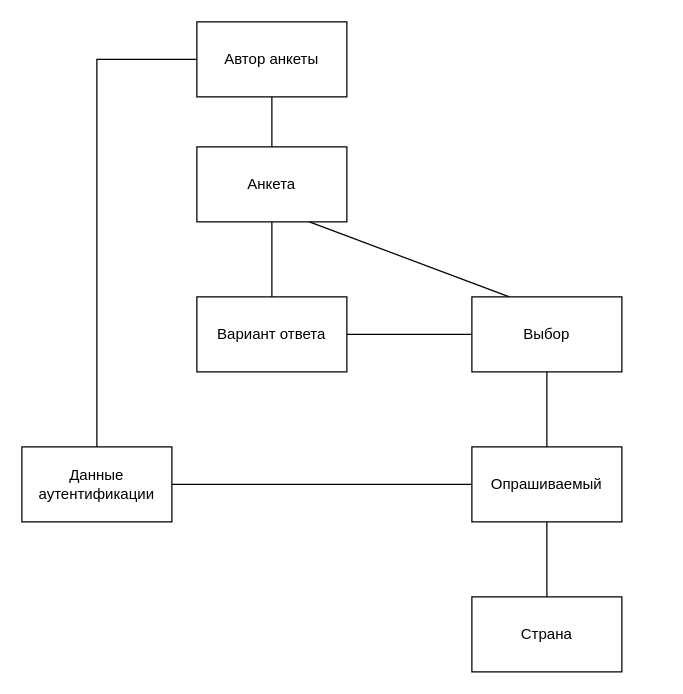
PavelPutin/QuestionnaireSystem keeps this draw.io diagram as src/main/resources/static/diagrams/Концептуальная модель.drawio. Above is the earlier version. Source tidied: cells renumbered, new cells numbered last; positions are measured from the earlier drawing's top-left corner, leaving out a move shared by most shapes. Both pictures are drawn from the tidied source at 125%, with x=0, y=0 at pixel (21, 21).
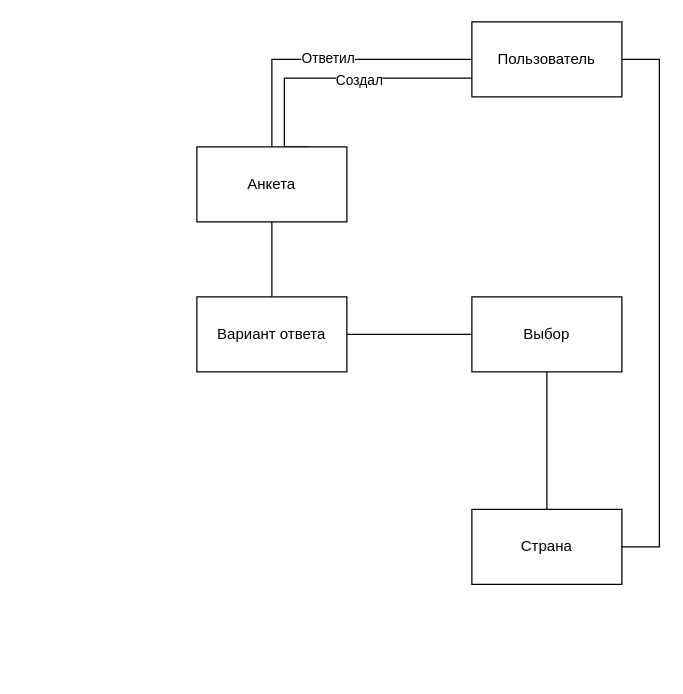
Above is the later version.

Diff of the diagram source:
```diff
@@
 <mxGraphModel>
   <root>
     <mxCell id="0" />
     <mxCell id="1" parent="0" />
-    <mxCell id="2" value="Автор анкеты" style="rounded=0;whiteSpace=wrap;html=1;" parent="1" vertex="1">
-      <mxGeometry x="140" width="120" height="60" as="geometry" />
-    </mxCell>
+    <mxCell id="17" value="Пользователь" style="rounded=0;whiteSpace=wrap;html=1;" parent="1" vertex="1">
+      <mxGeometry x="360" width="120" height="60" as="geometry" />
+    </mxCell>
+    <mxCell id="18" style="edgeStyle=elbowEdgeStyle;rounded=0;jettySize=auto;html=1;exitX=0.75;exitY=0;exitDx=0;exitDy=0;entryX=0;entryY=0.75;entryDx=0;entryDy=0;endArrow=none;endFill=0;" parent="1" edge="1" source="3" target="17">
+      <mxGeometry relative="1" as="geometry">
+        <Array as="points">
+          <mxPoint x="210" y="45" />
+        </Array>
+      </mxGeometry>
+    </mxCell>
+    <mxCell id="19" value="Создал" style="edgeLabel;html=1;align=center;verticalAlign=middle;" parent="18" vertex="1">
+      <mxGeometry x="0.19" y="-1" relative="1" as="geometry" />
+    </mxCell>
     <mxCell id="3" value="Анкета" style="rounded=0;whiteSpace=wrap;html=1;" parent="1" vertex="1">
       <mxGeometry x="140" y="100" width="120" height="60" as="geometry" />
     </mxCell>
-    <mxCell id="4" style="edgeStyle=orthogonalEdgeStyle;rounded=0;jettySize=auto;html=1;exitX=0.5;exitY=1;exitDx=0;exitDy=0;entryX=0.5;entryY=0;entryDx=0;entryDy=0;endArrow=none;endFill=0;" parent="1" edge="1" source="5" target="13">
-      <mxGeometry relative="1" as="geometry" />
-    </mxCell>
-    <mxCell id="5" value="Опрашиваемый" style="rounded=0;whiteSpace=wrap;html=1;" parent="1" vertex="1">
-      <mxGeometry x="360" y="340" width="120" height="60" as="geometry" />
-    </mxCell>
-    <mxCell id="6" style="endArrow=none;html=1;rounded=0;entryX=0.5;entryY=1;entryDx=0;entryDy=0;" parent="1" edge="1" source="3" target="2">
-      <mxGeometry relative="1" as="geometry" />
-    </mxCell>
-    <mxCell id="7" style="endArrow=none;html=1;rounded=0;entryX=0.75;entryY=1;entryDx=0;entryDy=0;exitX=0.25;exitY=0;exitDx=0;exitDy=0;" parent="1" edge="1" source="9" target="3">
-      <mxGeometry relative="1" as="geometry" />
-    </mxCell>
-    <mxCell id="8" style="endArrow=none;html=1;rounded=0;exitX=0.5;exitY=0;exitDx=0;exitDy=0;entryX=0.5;entryY=1;entryDx=0;entryDy=0;" parent="1" edge="1" source="5" target="9">
-      <mxGeometry relative="1" as="geometry" />
-    </mxCell>
+    <mxCell id="20" style="edgeStyle=orthogonalEdgeStyle;rounded=0;jettySize=auto;html=1;endArrow=none;endFill=0;" parent="1" edge="1" source="17" target="13">
+      <mxGeometry relative="1" as="geometry">
+        <Array as="points">
+          <mxPoint x="510" y="30" />
+          <mxPoint x="510" y="420" />
+        </Array>
+      </mxGeometry>
+    </mxCell>
+    <mxCell id="21" style="endArrow=none;html=1;rounded=0;edgeStyle=orthogonalEdgeStyle;" parent="1" edge="1" source="3" target="17">
+      <mxGeometry relative="1" as="geometry">
+        <Array as="points">
+          <mxPoint x="200" y="30" />
+        </Array>
+      </mxGeometry>
+    </mxCell>
+    <mxCell id="22" value="Ответил" style="edgeLabel;html=1;align=center;verticalAlign=middle;" parent="21" vertex="1">
+      <mxGeometry x="-0.01" y="2" relative="1" as="geometry" />
+    </mxCell>
+    <mxCell id="23" style="endArrow=none;html=1;rounded=0;edgeStyle=orthogonalEdgeStyle;" parent="1" edge="1" source="13" target="9">
+      <mxGeometry relative="1" as="geometry" />
+    </mxCell>
     <mxCell id="9" value="Выбор" style="rounded=0;whiteSpace=wrap;html=1;" parent="1" vertex="1">
       <mxGeometry x="360" y="220" width="120" height="60" as="geometry" />
     </mxCell>
     <mxCell id="10" style="rounded=0;jettySize=auto;html=1;exitX=0.5;exitY=0;exitDx=0;exitDy=0;endArrow=none;endFill=0;entryX=0.5;entryY=1;entryDx=0;entryDy=0;" parent="1" edge="1" source="12" target="3">
       <mxGeometry relative="1" as="geometry" />
     </mxCell>
     <mxCell id="11" style="edgeStyle=orthogonalEdgeStyle;rounded=0;jettySize=auto;html=1;exitX=1;exitY=0.5;exitDx=0;exitDy=0;entryX=0;entryY=0.5;entryDx=0;entryDy=0;endArrow=none;endFill=0;" parent="1" edge="1" source="12" target="9">
       <mxGeometry relative="1" as="geometry" />
     </mxCell>
     <mxCell id="12" value="Вариант ответа" style="rounded=0;whiteSpace=wrap;html=1;" parent="1" vertex="1">
       <mxGeometry x="140" y="220" width="120" height="60" as="geometry" />
     </mxCell>
     <mxCell id="13" value="Страна" style="rounded=0;whiteSpace=wrap;html=1;" parent="1" vertex="1">
-      <mxGeometry x="360" y="460" width="120" height="60" as="geometry" />
+      <mxGeometry x="360" y="390" width="120" height="60" as="geometry" />
     </mxCell>
-    <mxCell id="14" style="edgeStyle=orthogonalEdgeStyle;rounded=0;jettySize=auto;html=1;exitX=1;exitY=0.5;exitDx=0;exitDy=0;entryX=0;entryY=0.5;entryDx=0;entryDy=0;endArrow=none;endFill=0;" parent="1" edge="1" source="16" target="5">
-      <mxGeometry relative="1" as="geometry" />
-    </mxCell>
-    <mxCell id="15" style="edgeStyle=orthogonalEdgeStyle;rounded=0;jettySize=auto;html=1;exitX=0.5;exitY=0;exitDx=0;exitDy=0;entryX=0;entryY=0.5;entryDx=0;entryDy=0;endArrow=none;endFill=0;" parent="1" edge="1" source="16" target="2">
-      <mxGeometry relative="1" as="geometry" />
-    </mxCell>
-    <mxCell id="16" value="Данные аутентификации" style="rounded=0;whiteSpace=wrap;html=1;" parent="1" vertex="1">
-      <mxGeometry y="340" width="120" height="60" as="geometry" />
-    </mxCell>
   </root>
 </mxGraphModel>
```
